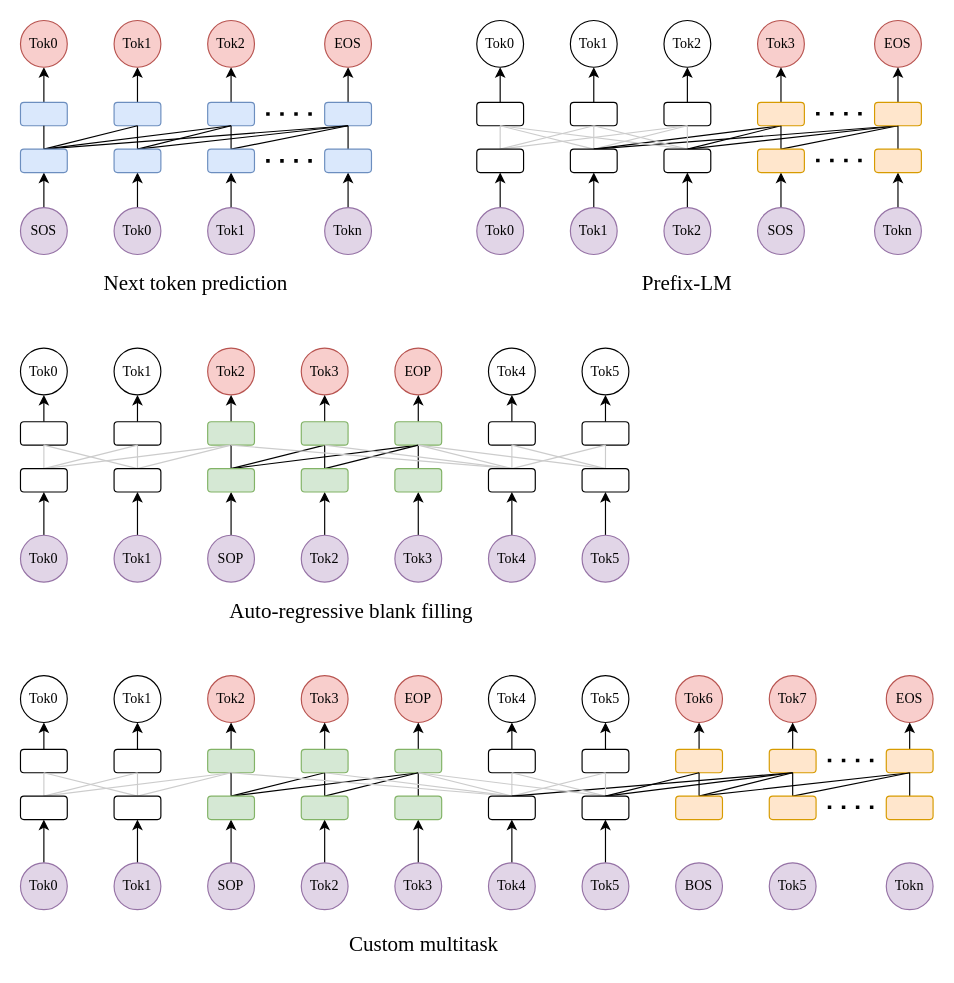
The draw.io diagram train_paradigm.drawio in ZhangHammer/ZhangHammer, before the edit. Source tidied: cells renumbered, new cells numbered last; positions are measured from the earlier drawing's top-left corner, leaving out a move shared by most shapes. Both pictures are drawn from the tidied source at 117%, with x=0, y=0 at pixel (20, 20).
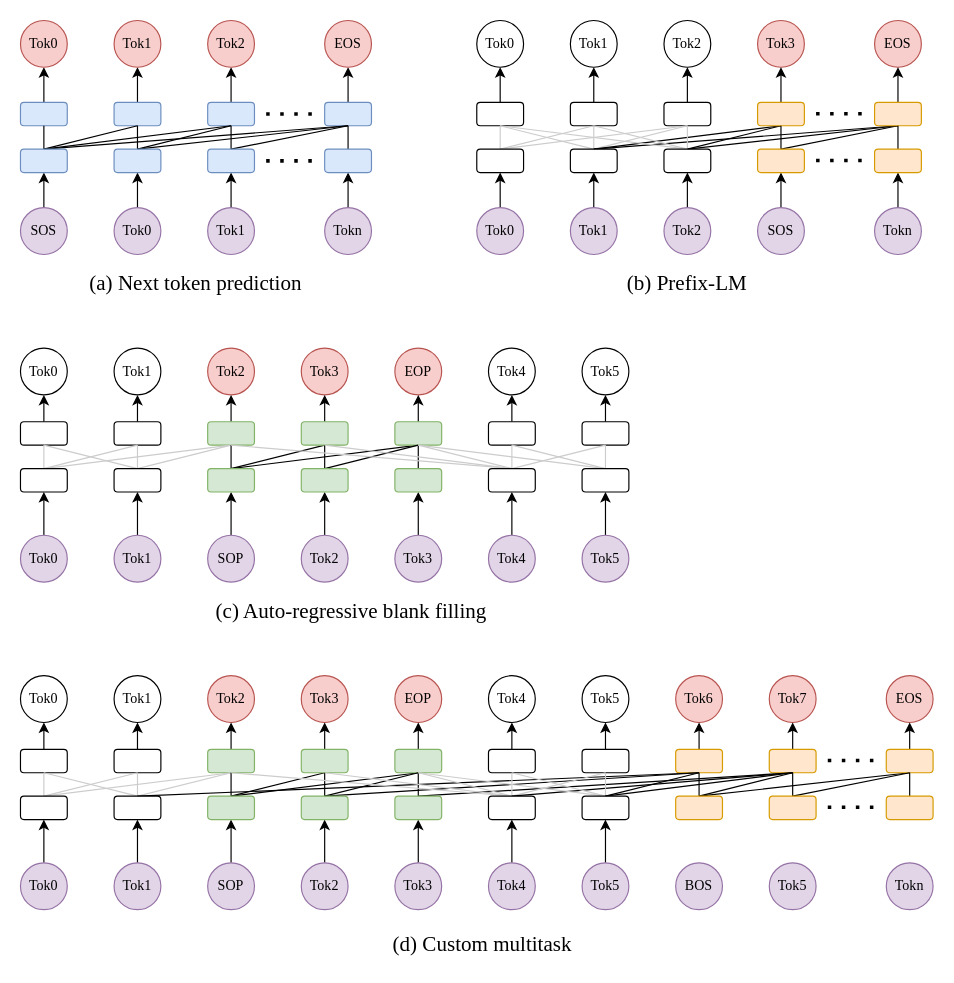
Above is the later version.

Unchanged cells that the change refers to:
```xml
<mxCell id="159" style="rounded=1;whiteSpace=wrap;html=1;fillColor=#ffe6cc;strokeColor=#d79b00;" parent="1" vertex="1">
  <mxGeometry x="560" y="623" width="40" height="20" as="geometry" />
</mxCell>
<mxCell id="165" style="rounded=1;whiteSpace=wrap;html=1;fillColor=#ffe6cc;strokeColor=#d79b00;" parent="1" vertex="1">
  <mxGeometry x="640" y="623" width="40" height="20" as="geometry" />
</mxCell>
<mxCell id="207" style="rounded=1;whiteSpace=wrap;html=1;" parent="1" vertex="1">
  <mxGeometry x="80" y="663" width="40" height="20" as="geometry" />
</mxCell>
<mxCell id="218" style="rounded=1;whiteSpace=wrap;html=1;fillColor=#d5e8d4;strokeColor=#82b366;" parent="1" vertex="1">
  <mxGeometry x="240" y="663" width="40" height="20" as="geometry" />
</mxCell>
<mxCell id="220" style="rounded=1;whiteSpace=wrap;html=1;fillColor=#d5e8d4;strokeColor=#82b366;" parent="1" vertex="1">
  <mxGeometry x="320" y="663" width="40" height="20" as="geometry" />
</mxCell>
```

The edit, as a diff of the source:
```diff
@@
-    <mxCell id="22" value="&lt;font face=&quot;Times New Roman&quot; style=&quot;font-size: 18px;&quot;&gt;Next token prediction&lt;/font&gt;" style="text;html=1;strokeColor=none;fillColor=none;align=center;verticalAlign=middle;whiteSpace=wrap;rounded=0;" parent="1" vertex="1">
+    <mxCell id="22" value="&lt;font face=&quot;Times New Roman&quot; style=&quot;font-size: 18px;&quot;&gt;(a) Next token prediction&lt;/font&gt;" style="text;html=1;strokeColor=none;fillColor=none;align=center;verticalAlign=middle;whiteSpace=wrap;rounded=0;" parent="1" vertex="1">
       <mxGeometry x="50" y="210" width="200" height="30" as="geometry" />
     </mxCell>
@@
-    <mxCell id="38" value="&lt;font style=&quot;font-size: 18px;&quot; face=&quot;Times New Roman&quot;&gt;Prefix-LM&lt;/font&gt;" style="text;html=1;strokeColor=none;fillColor=none;align=center;verticalAlign=middle;whiteSpace=wrap;rounded=0;" parent="1" vertex="1">
+    <mxCell id="38" value="&lt;font style=&quot;font-size: 18px;&quot; face=&quot;Times New Roman&quot;&gt;(b) Prefix-LM&lt;/font&gt;" style="text;html=1;strokeColor=none;fillColor=none;align=center;verticalAlign=middle;whiteSpace=wrap;rounded=0;" parent="1" vertex="1">
       <mxGeometry x="510" y="210" width="120" height="30" as="geometry" />
     </mxCell>
@@
-    <mxCell id="51" value="&lt;font style=&quot;font-size: 18px;&quot; face=&quot;Times New Roman&quot;&gt;Auto-regressive blank filling&lt;/font&gt;" style="text;html=1;strokeColor=none;fillColor=none;align=center;verticalAlign=middle;whiteSpace=wrap;rounded=0;" parent="1" vertex="1">
+    <mxCell id="51" value="&lt;font style=&quot;font-size: 18px;&quot; face=&quot;Times New Roman&quot;&gt;(c) Auto-regressive blank filling&lt;/font&gt;" style="text;html=1;strokeColor=none;fillColor=none;align=center;verticalAlign=middle;whiteSpace=wrap;rounded=0;" parent="1" vertex="1">
       <mxGeometry x="160" y="490" width="246" height="30" as="geometry" />
     </mxCell>
@@
-    <mxCell id="67" value="&lt;font style=&quot;font-size: 18px;&quot; face=&quot;Times New Roman&quot;&gt;Custom multitask&lt;/font&gt;" style="text;html=1;strokeColor=none;fillColor=none;align=center;verticalAlign=middle;whiteSpace=wrap;rounded=0;" parent="1" vertex="1">
-      <mxGeometry x="260" y="775" width="170" height="30" as="geometry" />
+    <mxCell id="67" value="&lt;font style=&quot;font-size: 18px;&quot; face=&quot;Times New Roman&quot;&gt;(d) Custom multitask&lt;/font&gt;" style="text;html=1;strokeColor=none;fillColor=none;align=center;verticalAlign=middle;whiteSpace=wrap;rounded=0;" parent="1" vertex="1">
+      <mxGeometry x="310" y="775" width="170" height="30" as="geometry" />
     </mxCell>
@@
+    <mxCell id="240" style="edgeStyle=none;rounded=0;jettySize=auto;html=1;exitX=0.5;exitY=0;exitDx=0;exitDy=0;entryX=0.5;entryY=1;entryDx=0;entryDy=0;endArrow=none;endFill=0;" parent="1" edge="1" source="207" target="159">
+      <mxGeometry relative="1" as="geometry" />
+    </mxCell>
@@
+    <mxCell id="241" style="edgeStyle=none;rounded=0;jettySize=auto;html=1;exitX=0.5;exitY=0;exitDx=0;exitDy=0;entryX=0.5;entryY=1;entryDx=0;entryDy=0;endArrow=none;endFill=0;" parent="1" edge="1" source="218" target="159">
+      <mxGeometry relative="1" as="geometry" />
+    </mxCell>
@@
+    <mxCell id="242" style="edgeStyle=none;rounded=0;jettySize=auto;html=1;exitX=0.5;exitY=0;exitDx=0;exitDy=0;entryX=0.5;entryY=1;entryDx=0;entryDy=0;endArrow=none;endFill=0;" parent="1" edge="1" source="220" target="165">
+      <mxGeometry relative="1" as="geometry" />
+    </mxCell>
```
